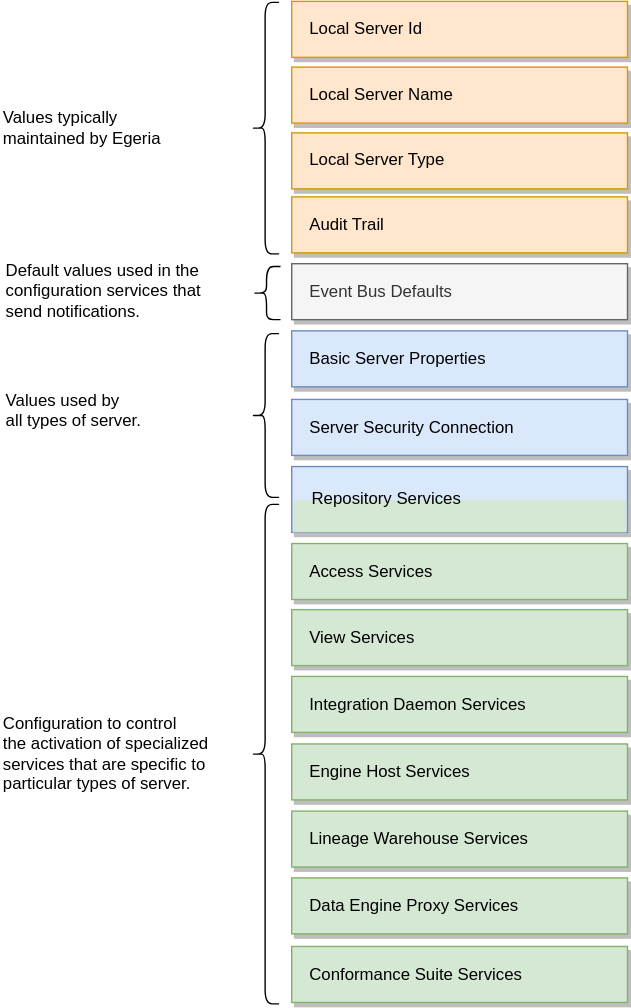
This is site/docs/guides/admin/servers/by-section/configuration-document-structure.svg from odpi/egeria-docs, a draw.io export, as it was before one commit. Source tidied: cells renumbered, new cells last; positions are measured from the earlier drawing's top-left corner, leaving out a move shared by most shapes. Its diagram source:
```xml
<mxGraphModel>
  <root>
    <mxCell id="0" />
    <mxCell id="1" parent="0" />
    <mxCell id="2" value="Local Server Id" style="rounded=0;whiteSpace=wrap;html=1;fontSize=12;align=left;spacingLeft=11;fillColor=#ffe6cc;strokeColor=#d79b00;shadow=1;" parent="1" vertex="1">
      <mxGeometry x="208" y="0.2" width="240" height="40" as="geometry" />
    </mxCell>
    <mxCell id="3" value="Local Server Name" style="rounded=0;whiteSpace=wrap;html=1;fontSize=12;align=left;spacingLeft=11;fillColor=#ffe6cc;strokeColor=#d79b00;shadow=1;" parent="1" vertex="1">
      <mxGeometry x="208" y="47.2" width="240" height="40" as="geometry" />
    </mxCell>
    <mxCell id="4" value="Local Server Type" style="rounded=0;whiteSpace=wrap;html=1;fontSize=12;align=left;spacingLeft=11;fillColor=#ffe6cc;strokeColor=#d79b00;shadow=1;" parent="1" vertex="1">
      <mxGeometry x="208" y="94.2" width="240" height="40" as="geometry" />
    </mxCell>
    <mxCell id="5" value="Event Bus Defaults" style="rounded=0;whiteSpace=wrap;html=1;fontSize=12;align=left;spacingLeft=11;fillColor=#f5f5f5;strokeColor=#666666;shadow=1;fontColor=#333333;" parent="1" vertex="1">
      <mxGeometry x="208" y="187.8" width="240" height="40" as="geometry" />
    </mxCell>
    <mxCell id="6" value="Access Services" style="rounded=0;whiteSpace=wrap;html=1;fontSize=12;align=left;spacingLeft=11;fillColor=#d5e8d4;strokeColor=#82b366;shadow=1;" parent="1" vertex="1">
      <mxGeometry x="208" y="387.8" width="240" height="40" as="geometry" />
    </mxCell>
    <mxCell id="7" value="Conformance Suite Services" style="rounded=0;whiteSpace=wrap;html=1;fontSize=12;align=left;spacingLeft=11;fillColor=#d5e8d4;strokeColor=#82b366;shadow=1;" parent="1" vertex="1">
      <mxGeometry x="208" y="675.8" width="240" height="40" as="geometry" />
    </mxCell>
    <mxCell id="8" value="Engine Host Services" style="rounded=0;whiteSpace=wrap;html=1;fontSize=12;align=left;spacingLeft=11;fillColor=#d5e8d4;strokeColor=#82b366;shadow=1;" parent="1" vertex="1">
      <mxGeometry x="208" y="531" width="240" height="40" as="geometry" />
    </mxCell>
    <mxCell id="9" value="Lineage Warehouse Services" style="rounded=0;whiteSpace=wrap;html=1;fontSize=12;align=left;spacingLeft=11;fillColor=#d5e8d4;strokeColor=#82b366;shadow=1;" parent="1" vertex="1">
      <mxGeometry x="208" y="579" width="240" height="40" as="geometry" />
    </mxCell>
    <mxCell id="10" value="Data Engine Proxy Services" style="rounded=0;whiteSpace=wrap;html=1;fontSize=12;align=left;spacingLeft=11;fillColor=#d5e8d4;strokeColor=#82b366;shadow=1;" parent="1" vertex="1">
      <mxGeometry x="208" y="626.8" width="240" height="40" as="geometry" />
    </mxCell>
    <mxCell id="11" value="Audit Trail" style="rounded=0;whiteSpace=wrap;html=1;fontSize=12;align=left;spacingLeft=11;fillColor=#ffe6cc;strokeColor=#d79b00;shadow=1;" parent="1" vertex="1">
      <mxGeometry x="208" y="140" width="240" height="40" as="geometry" />
    </mxCell>
    <mxCell id="12" style="shape=curlyBracket;whiteSpace=wrap;html=1;rounded=1;fontSize=12;align=left;" parent="1" vertex="1">
      <mxGeometry x="180" y="189.8" width="20" height="38" as="geometry" />
    </mxCell>
    <mxCell id="13" style="shape=curlyBracket;whiteSpace=wrap;html=1;rounded=1;fontSize=12;align=left;" parent="1" vertex="1">
      <mxGeometry x="179" y="237.8" width="20" height="117" as="geometry" />
    </mxCell>
    <mxCell id="14" value="Default values used in the&lt;br&gt;configuration services that&lt;br&gt;send notifications." style="text;html=1;align=left;verticalAlign=top;spacingTop=-4;fontSize=12;" parent="1" vertex="1">
      <mxGeometry x="2" y="183.2" width="157" height="49" as="geometry" />
    </mxCell>
    <mxCell id="15" style="shape=curlyBracket;whiteSpace=wrap;html=1;rounded=1;fontSize=12;align=left;" parent="1" vertex="1">
      <mxGeometry x="179" y="359.8" width="20" height="357" as="geometry" />
    </mxCell>
    <mxCell id="16" value="Values used by&lt;br&gt;all types of server." style="text;html=1;align=left;verticalAlign=top;spacingTop=-4;fontSize=12;" parent="1" vertex="1">
      <mxGeometry x="2" y="275.8" width="115" height="35" as="geometry" />
    </mxCell>
    <mxCell id="17" value="Configuration to control&lt;br&gt;the activation of specialized&lt;br&gt;services that are specific to&lt;br&gt;particular types of server." style="text;html=1;align=left;verticalAlign=top;spacingTop=-4;fontSize=12;" parent="1" vertex="1">
      <mxGeometry y="506.5" width="157" height="56" as="geometry" />
    </mxCell>
    <mxCell id="18" style="rounded=0;whiteSpace=wrap;html=1;fontSize=12;align=left;spacingLeft=11;fillColor=#dae8fc;strokeColor=#6c8ebf;shadow=1;" parent="1" vertex="1">
      <mxGeometry x="208" y="332.8" width="240" height="47" as="geometry" />
    </mxCell>
    <mxCell id="19" style="rounded=0;whiteSpace=wrap;html=1;fontSize=12;align=left;spacingLeft=11;fillColor=#d5e8d4;strokeColor=none;shadow=0;" parent="1" vertex="1">
      <mxGeometry x="209" y="356.8" width="238" height="23" as="geometry" />
    </mxCell>
    <mxCell id="20" value="Repository Services" style="rounded=1;whiteSpace=wrap;html=1;fontSize=12;align=center;strokeColor=none;fillColor=none;shadow=1;" parent="1" vertex="1">
      <mxGeometry x="216" y="346.8" width="120" height="19" as="geometry" />
    </mxCell>
    <mxCell id="21" value="Server Security Connection" style="rounded=0;whiteSpace=wrap;html=1;fontSize=12;align=left;spacingLeft=11;fillColor=#dae8fc;strokeColor=#6c8ebf;shadow=1;" parent="1" vertex="1">
      <mxGeometry x="208" y="284.8" width="240" height="40" as="geometry" />
    </mxCell>
    <mxCell id="22" value="Integration Daemon Services" style="rounded=0;whiteSpace=wrap;html=1;fontSize=12;align=left;spacingLeft=11;fillColor=#d5e8d4;strokeColor=#82b366;shadow=1;" parent="1" vertex="1">
      <mxGeometry x="208" y="482.8" width="240" height="40" as="geometry" />
    </mxCell>
    <mxCell id="23" value="View Services" style="rounded=0;whiteSpace=wrap;html=1;fontSize=12;align=left;spacingLeft=11;fillColor=#d5e8d4;strokeColor=#82b366;shadow=1;" parent="1" vertex="1">
      <mxGeometry x="208" y="435" width="240" height="40" as="geometry" />
    </mxCell>
    <mxCell id="24" value="Basic Server Properties" style="rounded=0;whiteSpace=wrap;html=1;fontSize=12;align=left;spacingLeft=11;fillColor=#dae8fc;strokeColor=#6c8ebf;shadow=1;" parent="1" vertex="1">
      <mxGeometry x="208" y="235.8" width="240" height="40" as="geometry" />
    </mxCell>
    <mxCell id="25" style="shape=curlyBracket;whiteSpace=wrap;html=1;rounded=1;fontSize=12;align=left;" parent="1" vertex="1">
      <mxGeometry x="179" y="1" width="20" height="179.8" as="geometry" />
    </mxCell>
    <mxCell id="26" value="Values typically&lt;br&gt;maintained by Egeria" style="text;html=1;align=left;verticalAlign=middle;strokeColor=none;fillColor=none;" parent="1" vertex="1">
      <mxGeometry y="70.4" width="131" height="41" as="geometry" />
    </mxCell>
  </root>
</mxGraphModel>
```
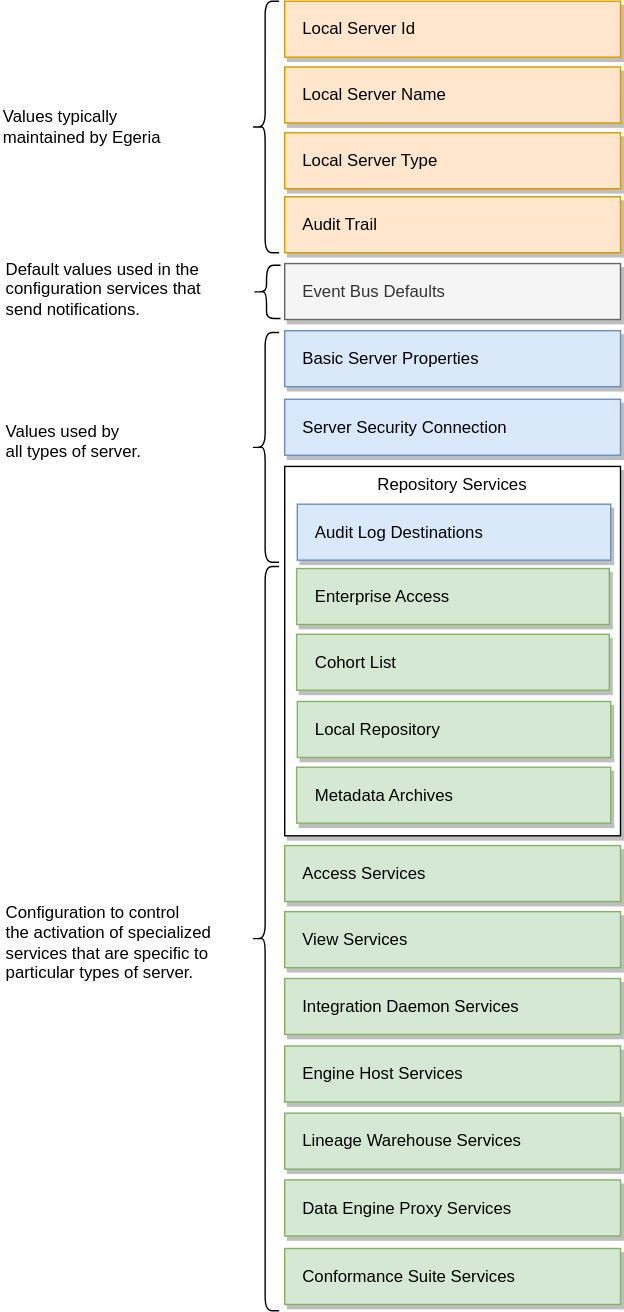
After the commit.

Diff of the diagram source:
```diff
@@ -3,79 +3,91 @@
     <mxCell id="0" />
     <mxCell id="1" parent="0" />
     <mxCell id="2" value="Local Server Id" style="rounded=0;whiteSpace=wrap;html=1;fontSize=12;align=left;spacingLeft=11;fillColor=#ffe6cc;strokeColor=#d79b00;shadow=1;" parent="1" vertex="1">
-      <mxGeometry x="208" y="0.2" width="240" height="40" as="geometry" />
+      <mxGeometry x="702" y="9" width="240" height="40" as="geometry" />
     </mxCell>
     <mxCell id="3" value="Local Server Name" style="rounded=0;whiteSpace=wrap;html=1;fontSize=12;align=left;spacingLeft=11;fillColor=#ffe6cc;strokeColor=#d79b00;shadow=1;" parent="1" vertex="1">
-      <mxGeometry x="208" y="47.2" width="240" height="40" as="geometry" />
+      <mxGeometry x="702" y="56" width="240" height="40" as="geometry" />
     </mxCell>
     <mxCell id="4" value="Local Server Type" style="rounded=0;whiteSpace=wrap;html=1;fontSize=12;align=left;spacingLeft=11;fillColor=#ffe6cc;strokeColor=#d79b00;shadow=1;" parent="1" vertex="1">
-      <mxGeometry x="208" y="94.2" width="240" height="40" as="geometry" />
+      <mxGeometry x="702" y="103" width="240" height="40" as="geometry" />
     </mxCell>
     <mxCell id="5" value="Event Bus Defaults" style="rounded=0;whiteSpace=wrap;html=1;fontSize=12;align=left;spacingLeft=11;fillColor=#f5f5f5;strokeColor=#666666;shadow=1;fontColor=#333333;" parent="1" vertex="1">
-      <mxGeometry x="208" y="187.8" width="240" height="40" as="geometry" />
+      <mxGeometry x="702" y="196.5" width="240" height="40" as="geometry" />
     </mxCell>
     <mxCell id="6" value="Access Services" style="rounded=0;whiteSpace=wrap;html=1;fontSize=12;align=left;spacingLeft=11;fillColor=#d5e8d4;strokeColor=#82b366;shadow=1;" parent="1" vertex="1">
-      <mxGeometry x="208" y="387.8" width="240" height="40" as="geometry" />
+      <mxGeometry x="702" y="612.5" width="240" height="40" as="geometry" />
     </mxCell>
     <mxCell id="7" value="Conformance Suite Services" style="rounded=0;whiteSpace=wrap;html=1;fontSize=12;align=left;spacingLeft=11;fillColor=#d5e8d4;strokeColor=#82b366;shadow=1;" parent="1" vertex="1">
-      <mxGeometry x="208" y="675.8" width="240" height="40" as="geometry" />
+      <mxGeometry x="702" y="900.5" width="240" height="40" as="geometry" />
     </mxCell>
     <mxCell id="8" value="Engine Host Services" style="rounded=0;whiteSpace=wrap;html=1;fontSize=12;align=left;spacingLeft=11;fillColor=#d5e8d4;strokeColor=#82b366;shadow=1;" parent="1" vertex="1">
-      <mxGeometry x="208" y="531" width="240" height="40" as="geometry" />
+      <mxGeometry x="702" y="755.8" width="240" height="40" as="geometry" />
     </mxCell>
     <mxCell id="9" value="Lineage Warehouse Services" style="rounded=0;whiteSpace=wrap;html=1;fontSize=12;align=left;spacingLeft=11;fillColor=#d5e8d4;strokeColor=#82b366;shadow=1;" parent="1" vertex="1">
-      <mxGeometry x="208" y="579" width="240" height="40" as="geometry" />
+      <mxGeometry x="702" y="803.8" width="240" height="40" as="geometry" />
     </mxCell>
     <mxCell id="10" value="Data Engine Proxy Services" style="rounded=0;whiteSpace=wrap;html=1;fontSize=12;align=left;spacingLeft=11;fillColor=#d5e8d4;strokeColor=#82b366;shadow=1;" parent="1" vertex="1">
-      <mxGeometry x="208" y="626.8" width="240" height="40" as="geometry" />
+      <mxGeometry x="702" y="851.5" width="240" height="40" as="geometry" />
     </mxCell>
     <mxCell id="11" value="Audit Trail" style="rounded=0;whiteSpace=wrap;html=1;fontSize=12;align=left;spacingLeft=11;fillColor=#ffe6cc;strokeColor=#d79b00;shadow=1;" parent="1" vertex="1">
-      <mxGeometry x="208" y="140" width="240" height="40" as="geometry" />
+      <mxGeometry x="702" y="148.8" width="240" height="40" as="geometry" />
     </mxCell>
-    <mxCell id="12" style="shape=curlyBracket;whiteSpace=wrap;html=1;rounded=1;fontSize=12;align=left;" parent="1" vertex="1">
-      <mxGeometry x="180" y="189.8" width="20" height="38" as="geometry" />
+    <mxCell id="12" style="rounded=0;whiteSpace=wrap;html=1;fontSize=12;align=left;spacingLeft=11;shadow=1;" parent="1" vertex="1">
+      <mxGeometry x="702" y="341.5" width="240" height="264" as="geometry" />
     </mxCell>
-    <mxCell id="13" style="shape=curlyBracket;whiteSpace=wrap;html=1;rounded=1;fontSize=12;align=left;" parent="1" vertex="1">
-      <mxGeometry x="179" y="237.8" width="20" height="117" as="geometry" />
+    <mxCell id="13" value="Repository Services" style="rounded=1;whiteSpace=wrap;html=1;fontSize=12;align=center;strokeColor=none;fillColor=none;shadow=1;" parent="1" vertex="1">
+      <mxGeometry x="762" y="345.2" width="120" height="19" as="geometry" />
     </mxCell>
-    <mxCell id="14" value="Default values used in the&lt;br&gt;configuration services that&lt;br&gt;send notifications." style="text;html=1;align=left;verticalAlign=top;spacingTop=-4;fontSize=12;" parent="1" vertex="1">
-      <mxGeometry x="2" y="183.2" width="157" height="49" as="geometry" />
+    <mxCell id="14" value="Server Security Connection" style="rounded=0;whiteSpace=wrap;html=1;fontSize=12;align=left;spacingLeft=11;fillColor=#dae8fc;strokeColor=#6c8ebf;shadow=1;" parent="1" vertex="1">
+      <mxGeometry x="702" y="293.5" width="240" height="40" as="geometry" />
     </mxCell>
-    <mxCell id="15" style="shape=curlyBracket;whiteSpace=wrap;html=1;rounded=1;fontSize=12;align=left;" parent="1" vertex="1">
-      <mxGeometry x="179" y="359.8" width="20" height="357" as="geometry" />
+    <mxCell id="15" value="Integration Daemon Services" style="rounded=0;whiteSpace=wrap;html=1;fontSize=12;align=left;spacingLeft=11;fillColor=#d5e8d4;strokeColor=#82b366;shadow=1;" parent="1" vertex="1">
+      <mxGeometry x="702" y="707.5" width="240" height="40" as="geometry" />
     </mxCell>
-    <mxCell id="16" value="Values used by&lt;br&gt;all types of server." style="text;html=1;align=left;verticalAlign=top;spacingTop=-4;fontSize=12;" parent="1" vertex="1">
-      <mxGeometry x="2" y="275.8" width="115" height="35" as="geometry" />
+    <mxCell id="16" value="View Services" style="rounded=0;whiteSpace=wrap;html=1;fontSize=12;align=left;spacingLeft=11;fillColor=#d5e8d4;strokeColor=#82b366;shadow=1;" parent="1" vertex="1">
+      <mxGeometry x="702" y="659.8" width="240" height="40" as="geometry" />
     </mxCell>
-    <mxCell id="17" value="Configuration to control&lt;br&gt;the activation of specialized&lt;br&gt;services that are specific to&lt;br&gt;particular types of server." style="text;html=1;align=left;verticalAlign=top;spacingTop=-4;fontSize=12;" parent="1" vertex="1">
-      <mxGeometry y="506.5" width="157" height="56" as="geometry" />
+    <mxCell id="17" value="Basic Server Properties" style="rounded=0;whiteSpace=wrap;html=1;fontSize=12;align=left;spacingLeft=11;fillColor=#dae8fc;strokeColor=#6c8ebf;shadow=1;" parent="1" vertex="1">
+      <mxGeometry x="702" y="244.5" width="240" height="40" as="geometry" />
     </mxCell>
-    <mxCell id="18" style="rounded=0;whiteSpace=wrap;html=1;fontSize=12;align=left;spacingLeft=11;fillColor=#dae8fc;strokeColor=#6c8ebf;shadow=1;" parent="1" vertex="1">
-      <mxGeometry x="208" y="332.8" width="240" height="47" as="geometry" />
+    <mxCell id="18" value="Audit Log Destinations" style="rounded=0;whiteSpace=wrap;html=1;fontSize=12;align=left;spacingLeft=11;fillColor=#dae8fc;strokeColor=#6c8ebf;shadow=1;" parent="1" vertex="1">
+      <mxGeometry x="711" y="368.5" width="224" height="40" as="geometry" />
     </mxCell>
-    <mxCell id="19" style="rounded=0;whiteSpace=wrap;html=1;fontSize=12;align=left;spacingLeft=11;fillColor=#d5e8d4;strokeColor=none;shadow=0;" parent="1" vertex="1">
-      <mxGeometry x="209" y="356.8" width="238" height="23" as="geometry" />
+    <mxCell id="19" value="Metadata Archives" style="rounded=0;whiteSpace=wrap;html=1;fontSize=12;align=left;spacingLeft=11;fillColor=#d5e8d4;strokeColor=#82b366;shadow=1;" parent="1" vertex="1">
+      <mxGeometry x="710.5" y="556.5" width="224.5" height="40" as="geometry" />
     </mxCell>
-    <mxCell id="20" value="Repository Services" style="rounded=1;whiteSpace=wrap;html=1;fontSize=12;align=center;strokeColor=none;fillColor=none;shadow=1;" parent="1" vertex="1">
-      <mxGeometry x="216" y="346.8" width="120" height="19" as="geometry" />
+    <mxCell id="20" value="Enterprise Access" style="rounded=0;whiteSpace=wrap;html=1;fontSize=12;align=left;spacingLeft=11;fillColor=#d5e8d4;strokeColor=#82b366;shadow=1;" parent="1" vertex="1">
+      <mxGeometry x="710.5" y="414.5" width="223.5" height="40" as="geometry" />
     </mxCell>
-    <mxCell id="21" value="Server Security Connection" style="rounded=0;whiteSpace=wrap;html=1;fontSize=12;align=left;spacingLeft=11;fillColor=#dae8fc;strokeColor=#6c8ebf;shadow=1;" parent="1" vertex="1">
-      <mxGeometry x="208" y="284.8" width="240" height="40" as="geometry" />
+    <mxCell id="21" value="Cohort List" style="rounded=0;whiteSpace=wrap;html=1;fontSize=12;align=left;spacingLeft=11;fillColor=#d5e8d4;strokeColor=#82b366;shadow=1;" parent="1" vertex="1">
+      <mxGeometry x="710.5" y="461.5" width="223.5" height="40" as="geometry" />
     </mxCell>
-    <mxCell id="22" value="Integration Daemon Services" style="rounded=0;whiteSpace=wrap;html=1;fontSize=12;align=left;spacingLeft=11;fillColor=#d5e8d4;strokeColor=#82b366;shadow=1;" parent="1" vertex="1">
-      <mxGeometry x="208" y="482.8" width="240" height="40" as="geometry" />
+    <mxCell id="22" value="Local Repository" style="rounded=0;whiteSpace=wrap;html=1;fontSize=12;align=left;spacingLeft=11;fillColor=#d5e8d4;strokeColor=#82b366;shadow=1;" parent="1" vertex="1">
+      <mxGeometry x="711" y="509.5" width="224" height="40" as="geometry" />
     </mxCell>
-    <mxCell id="23" value="View Services" style="rounded=0;whiteSpace=wrap;html=1;fontSize=12;align=left;spacingLeft=11;fillColor=#d5e8d4;strokeColor=#82b366;shadow=1;" parent="1" vertex="1">
-      <mxGeometry x="208" y="435" width="240" height="40" as="geometry" />
+    <mxCell id="23" style="shape=curlyBracket;whiteSpace=wrap;html=1;rounded=1;fontSize=12;align=left;" parent="1" vertex="1">
+      <mxGeometry x="679" y="197.8" width="20" height="38" as="geometry" />
     </mxCell>
-    <mxCell id="24" value="Basic Server Properties" style="rounded=0;whiteSpace=wrap;html=1;fontSize=12;align=left;spacingLeft=11;fillColor=#dae8fc;strokeColor=#6c8ebf;shadow=1;" parent="1" vertex="1">
-      <mxGeometry x="208" y="235.8" width="240" height="40" as="geometry" />
+    <mxCell id="24" style="shape=curlyBracket;whiteSpace=wrap;html=1;rounded=1;fontSize=12;align=left;" parent="1" vertex="1">
+      <mxGeometry x="678" y="245.8" width="20" height="164.2" as="geometry" />
     </mxCell>
-    <mxCell id="25" style="shape=curlyBracket;whiteSpace=wrap;html=1;rounded=1;fontSize=12;align=left;" parent="1" vertex="1">
-      <mxGeometry x="179" y="1" width="20" height="179.8" as="geometry" />
+    <mxCell id="25" value="Default values used in the&lt;br&gt;configuration services that&lt;br&gt;send notifications." style="text;html=1;align=left;verticalAlign=top;spacingTop=-4;fontSize=12;" parent="1" vertex="1">
+      <mxGeometry x="501" y="191.2" width="157" height="49" as="geometry" />
     </mxCell>
-    <mxCell id="26" value="Values typically&lt;br&gt;maintained by Egeria" style="text;html=1;align=left;verticalAlign=middle;strokeColor=none;fillColor=none;" parent="1" vertex="1">
-      <mxGeometry y="70.4" width="131" height="41" as="geometry" />
+    <mxCell id="26" style="shape=curlyBracket;whiteSpace=wrap;html=1;rounded=1;fontSize=12;align=left;" parent="1" vertex="1">
+      <mxGeometry x="678" y="413" width="20" height="532" as="geometry" />
     </mxCell>
+    <mxCell id="27" value="Values used by&lt;br&gt;all types of server." style="text;html=1;align=left;verticalAlign=top;spacingTop=-4;fontSize=12;" parent="1" vertex="1">
+      <mxGeometry x="501" y="306.5" width="115" height="35" as="geometry" />
+    </mxCell>
+    <mxCell id="28" value="Configuration to control&lt;br&gt;the activation of specialized&lt;br&gt;services that are specific to&lt;br&gt;particular types of server." style="text;html=1;align=left;verticalAlign=top;spacingTop=-4;fontSize=12;" parent="1" vertex="1">
+      <mxGeometry x="501" y="651" width="157" height="56" as="geometry" />
+    </mxCell>
+    <mxCell id="29" style="shape=curlyBracket;whiteSpace=wrap;html=1;rounded=1;fontSize=12;align=left;" parent="1" vertex="1">
+      <mxGeometry x="678" y="9" width="20" height="179.8" as="geometry" />
+    </mxCell>
+    <mxCell id="30" value="Values typically&lt;br&gt;maintained by Egeria" style="text;html=1;align=left;verticalAlign=middle;strokeColor=none;fillColor=none;" parent="1" vertex="1">
+      <mxGeometry x="499" y="78.4" width="131" height="41" as="geometry" />
+    </mxCell>
   </root>
 </mxGraphModel>
```
